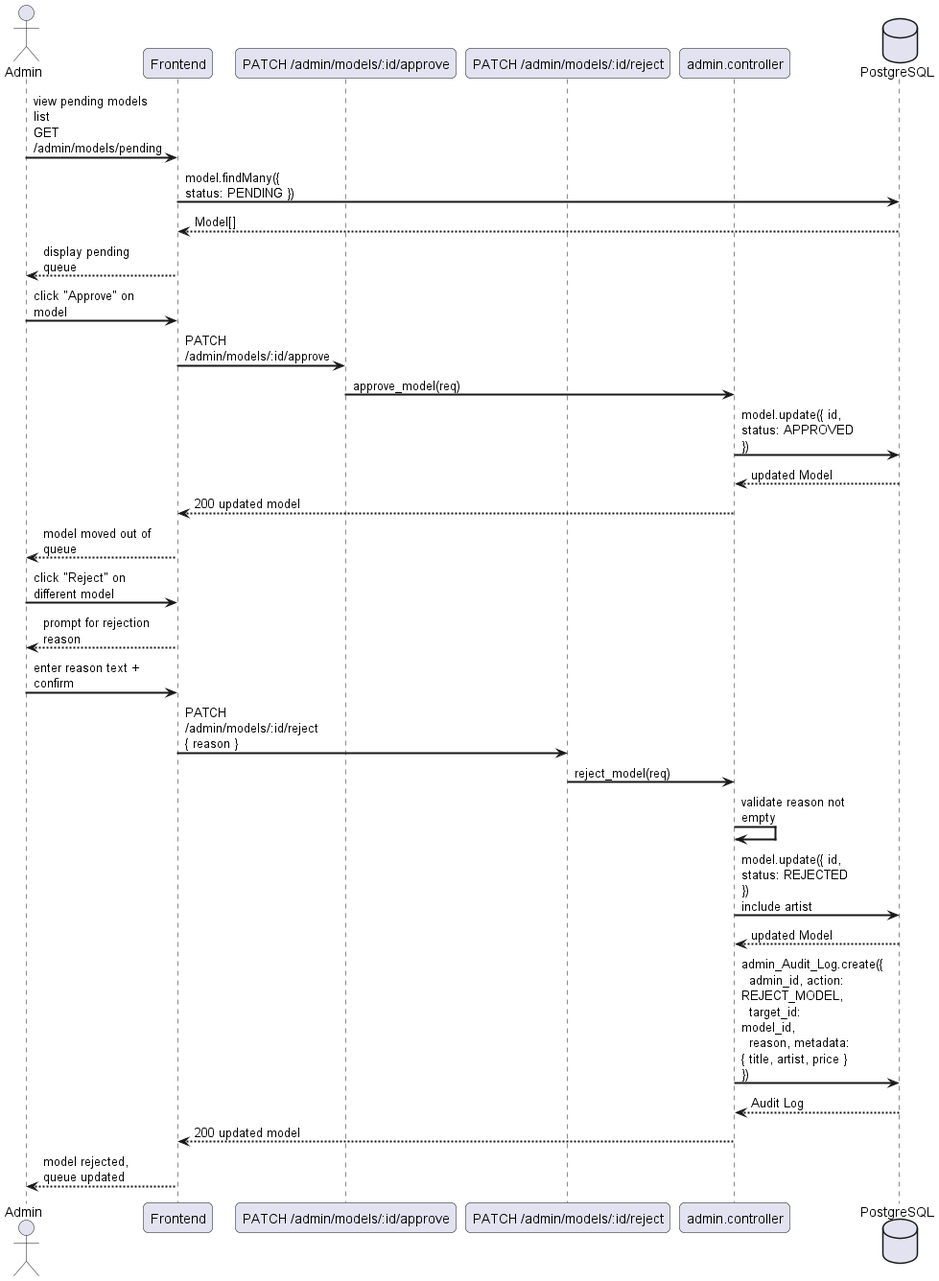
This is docs/diagrams/exports/sequence/admin/sequence_admin_model_moderation.png from Schryzon/3Dex, a PlantUML export, as it was before one commit. Source of this version:
```plantuml
@startuml
skinparam sequenceArrowThickness 2
skinparam roundcorner 10
skinparam maxmessagesize 120

actor "Admin" as ADM
participant "Frontend" as FE
participant "PATCH /admin/models/:id/approve" as APP_API
participant "PATCH /admin/models/:id/reject" as REJ_API
participant "admin.controller" as AC
database "PostgreSQL" as DB

ADM -> FE : view pending models list\nGET /admin/models/pending
FE -> DB : model.findMany({ status: PENDING })
DB --> FE : Model[]
FE --> ADM : display pending queue

ADM -> FE : click "Approve" on model
FE -> APP_API : PATCH /admin/models/:id/approve
APP_API -> AC : approve_model(req)
AC -> DB : model.update({ id, status: APPROVED })
DB --> AC : updated Model
AC --> FE : 200 updated model
FE --> ADM : model moved out of queue

ADM -> FE : click "Reject" on different model
FE --> ADM : prompt for rejection reason
ADM -> FE : enter reason text + confirm
FE -> REJ_API : PATCH /admin/models/:id/reject\n{ reason }
REJ_API -> AC : reject_model(req)
AC -> AC : validate reason not empty
AC -> DB : model.update({ id, status: REJECTED })\ninclude artist
DB --> AC : updated Model
AC -> DB : admin_Audit_Log.create({\n  admin_id, action: REJECT_MODEL,\n  target_id: model_id,\n  reason, metadata: { title, artist, price } })
DB --> AC : Audit Log
AC --> FE : 200 updated model
FE --> ADM : model rejected, queue updated
@enduml
```
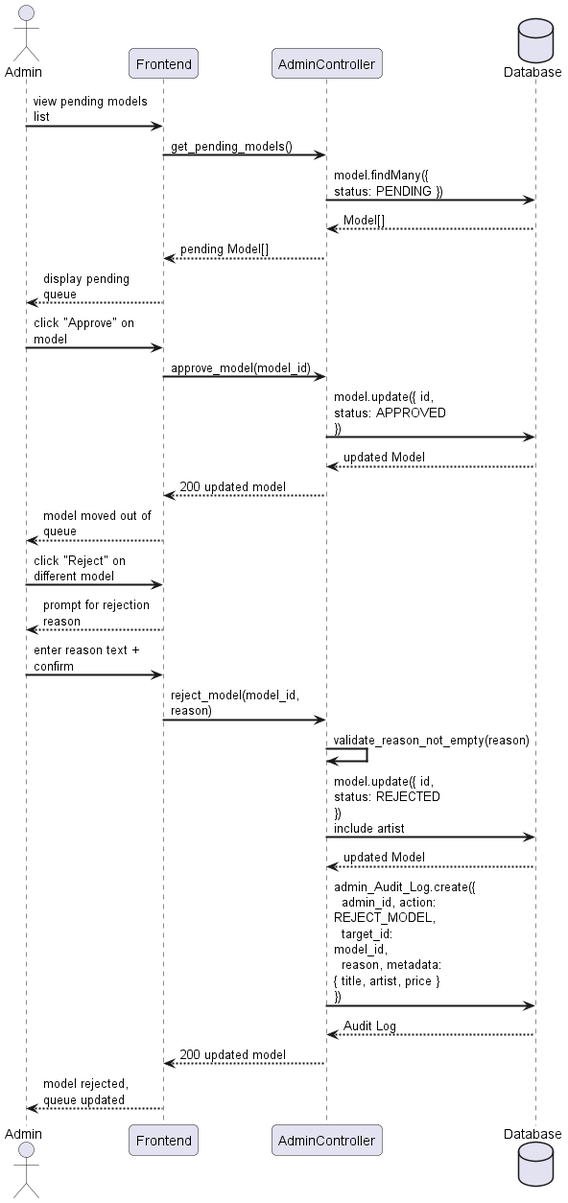
After the change.

Change to the diagram source:
```diff
@@ -5,19 +5,18 @@
 
 actor "Admin" as ADM
 participant "Frontend" as FE
-participant "PATCH /admin/models/:id/approve" as APP_API
-participant "PATCH /admin/models/:id/reject" as REJ_API
-participant "admin.controller" as AC
-database "PostgreSQL" as DB
+participant "AdminController" as AC
+database "Database" as DB
 
-ADM -> FE : view pending models list\nGET /admin/models/pending
-FE -> DB : model.findMany({ status: PENDING })
-DB --> FE : Model[]
+ADM -> FE : view pending models list
+FE -> AC : get_pending_models()
+AC -> DB : model.findMany({ status: PENDING })
+DB --> AC : Model[]
+AC --> FE : pending Model[]
 FE --> ADM : display pending queue
 
 ADM -> FE : click "Approve" on model
-FE -> APP_API : PATCH /admin/models/:id/approve
-APP_API -> AC : approve_model(req)
+FE -> AC : approve_model(model_id)
 AC -> DB : model.update({ id, status: APPROVED })
 DB --> AC : updated Model
 AC --> FE : 200 updated model
@@ -26,9 +25,8 @@
 ADM -> FE : click "Reject" on different model
 FE --> ADM : prompt for rejection reason
 ADM -> FE : enter reason text + confirm
-FE -> REJ_API : PATCH /admin/models/:id/reject\n{ reason }
-REJ_API -> AC : reject_model(req)
-AC -> AC : validate reason not empty
+FE -> AC : reject_model(model_id, reason)
+AC -> AC : validate_reason_not_empty(reason)
 AC -> DB : model.update({ id, status: REJECTED })\ninclude artist
 DB --> AC : updated Model
 AC -> DB : admin_Audit_Log.create({\n  admin_id, action: REJECT_MODEL,\n  target_id: model_id,\n  reason, metadata: { title, artist, price } })
```
